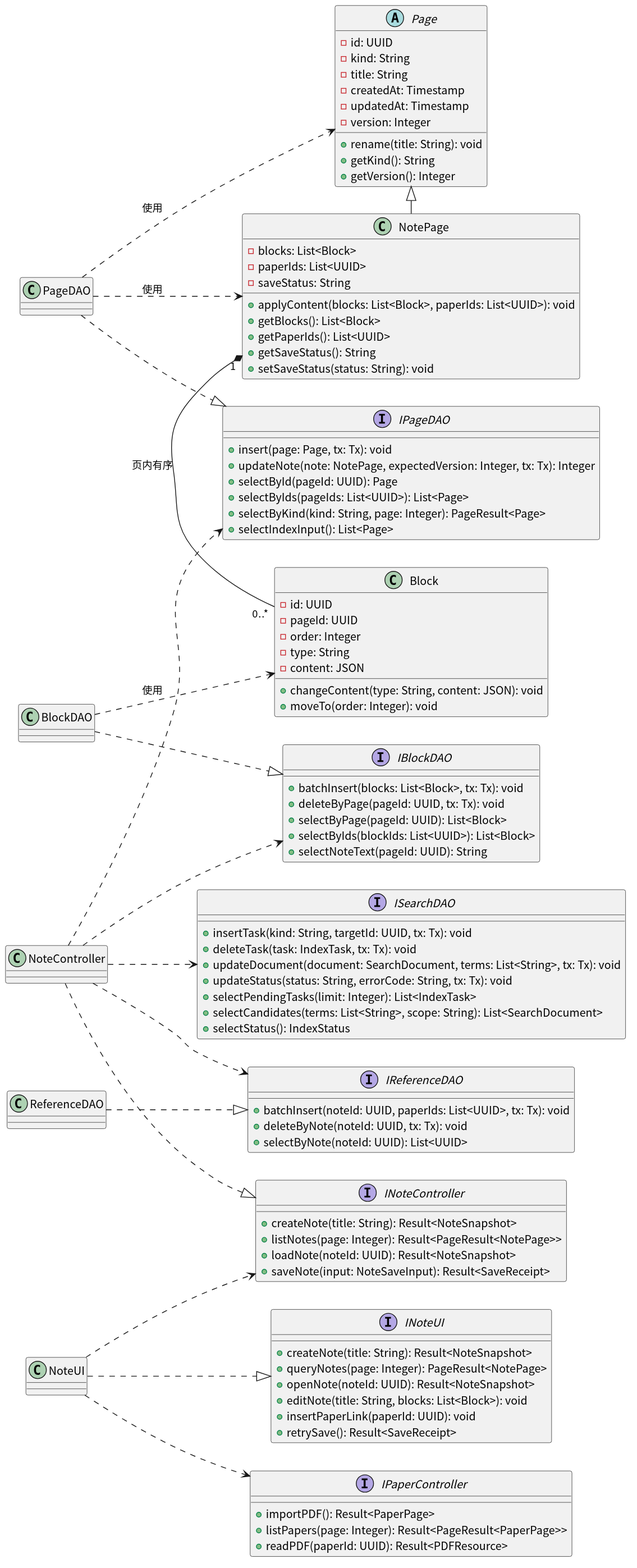
Earlier version of the PlantUML export docs/SE_Experiment/design/figures/components-uc05.svg (AlanRosston/labloom).
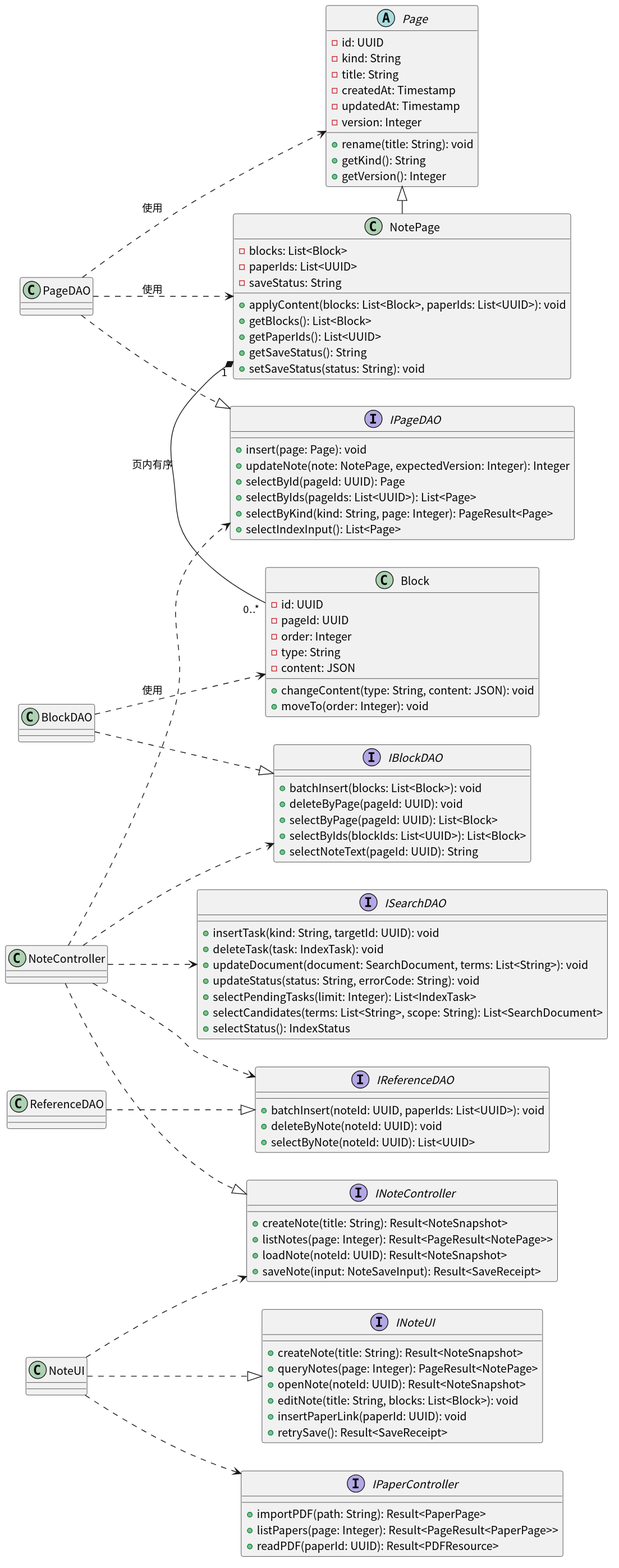
Above is the later version.

Diff of the diagram source:
```diff
@@ -17,35 +17,35 @@
   + saveNote(input: NoteSaveInput): Result<SaveReceipt>
 }
 interface IPaperController {
-  + importPDF(): Result<PaperPage>
+  + importPDF(path: String): Result<PaperPage>
   + listPapers(page: Integer): Result<PageResult<PaperPage>>
   + readPDF(paperId: UUID): Result<PDFResource>
 }
 interface IPageDAO {
-  + insert(page: Page, tx: Tx): void
-  + updateNote(note: NotePage, expectedVersion: Integer, tx: Tx): Integer
+  + insert(page: Page): void
+  + updateNote(note: NotePage, expectedVersion: Integer): Integer
   + selectById(pageId: UUID): Page
   + selectByIds(pageIds: List<UUID>): List<Page>
   + selectByKind(kind: String, page: Integer): PageResult<Page>
   + selectIndexInput(): List<Page>
 }
 interface IBlockDAO {
-  + batchInsert(blocks: List<Block>, tx: Tx): void
-  + deleteByPage(pageId: UUID, tx: Tx): void
+  + batchInsert(blocks: List<Block>): void
+  + deleteByPage(pageId: UUID): void
   + selectByPage(pageId: UUID): List<Block>
   + selectByIds(blockIds: List<UUID>): List<Block>
   + selectNoteText(pageId: UUID): String
 }
 interface IReferenceDAO {
-  + batchInsert(noteId: UUID, paperIds: List<UUID>, tx: Tx): void
-  + deleteByNote(noteId: UUID, tx: Tx): void
+  + batchInsert(noteId: UUID, paperIds: List<UUID>): void
+  + deleteByNote(noteId: UUID): void
   + selectByNote(noteId: UUID): List<UUID>
 }
 interface ISearchDAO {
-  + insertTask(kind: String, targetId: UUID, tx: Tx): void
-  + deleteTask(task: IndexTask, tx: Tx): void
-  + updateDocument(document: SearchDocument, terms: List<String>, tx: Tx): void
-  + updateStatus(status: String, errorCode: String, tx: Tx): void
+  + insertTask(kind: String, targetId: UUID): void
+  + deleteTask(task: IndexTask): void
+  + updateDocument(document: SearchDocument, terms: List<String>): void
+  + updateStatus(status: String, errorCode: String): void
   + selectPendingTasks(limit: Integer): List<IndexTask>
   + selectCandidates(terms: List<String>, scope: String): List<SearchDocument>
   + selectStatus(): IndexStatus
```
